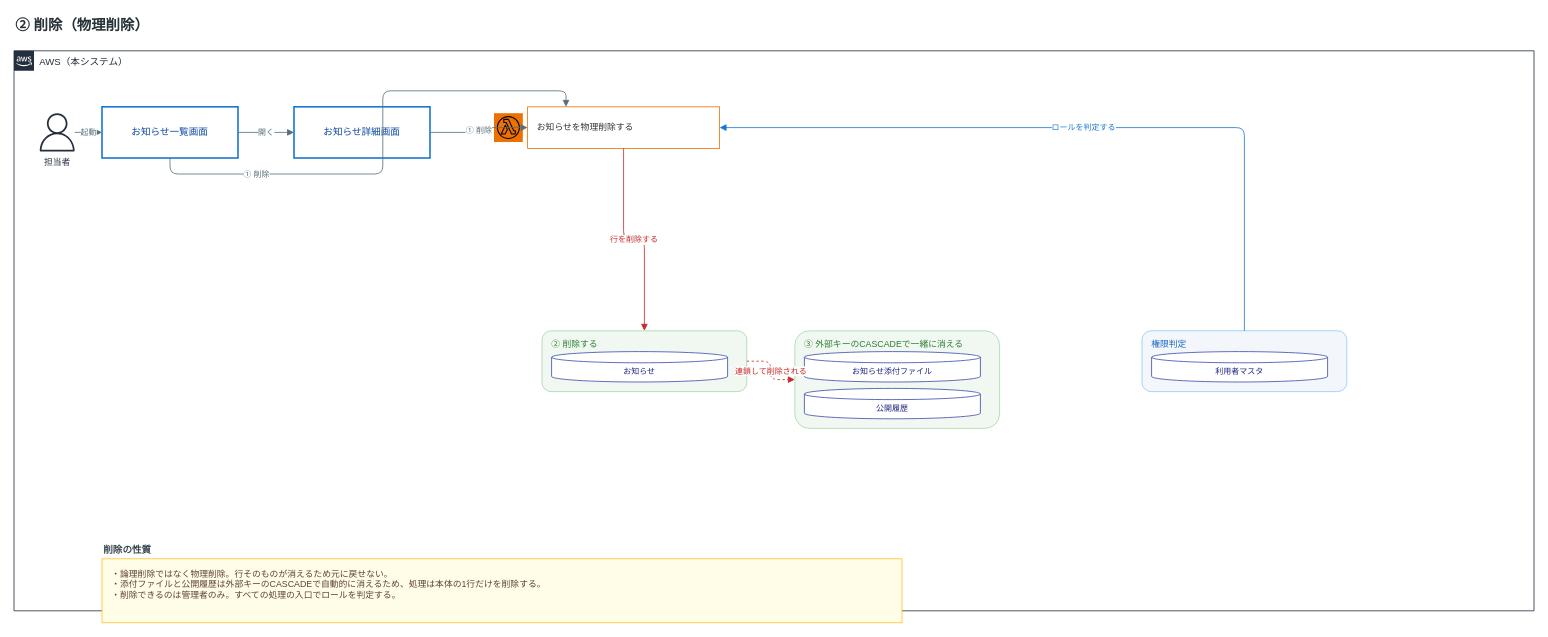
Earlier version of the draw.io diagram page "②削除" (2 of 3) of skills/process-flow-diagram/assets/example_process_flow.drawio (wss-m-nagata/public-skills). Source tidied: cells renumbered, new cells numbered last; positions are measured from the earlier drawing's top-left corner, leaving out a move shared by most shapes. Both pictures are drawn from the tidied source at 80%, with x=0, y=0 at pixel (14, 14).
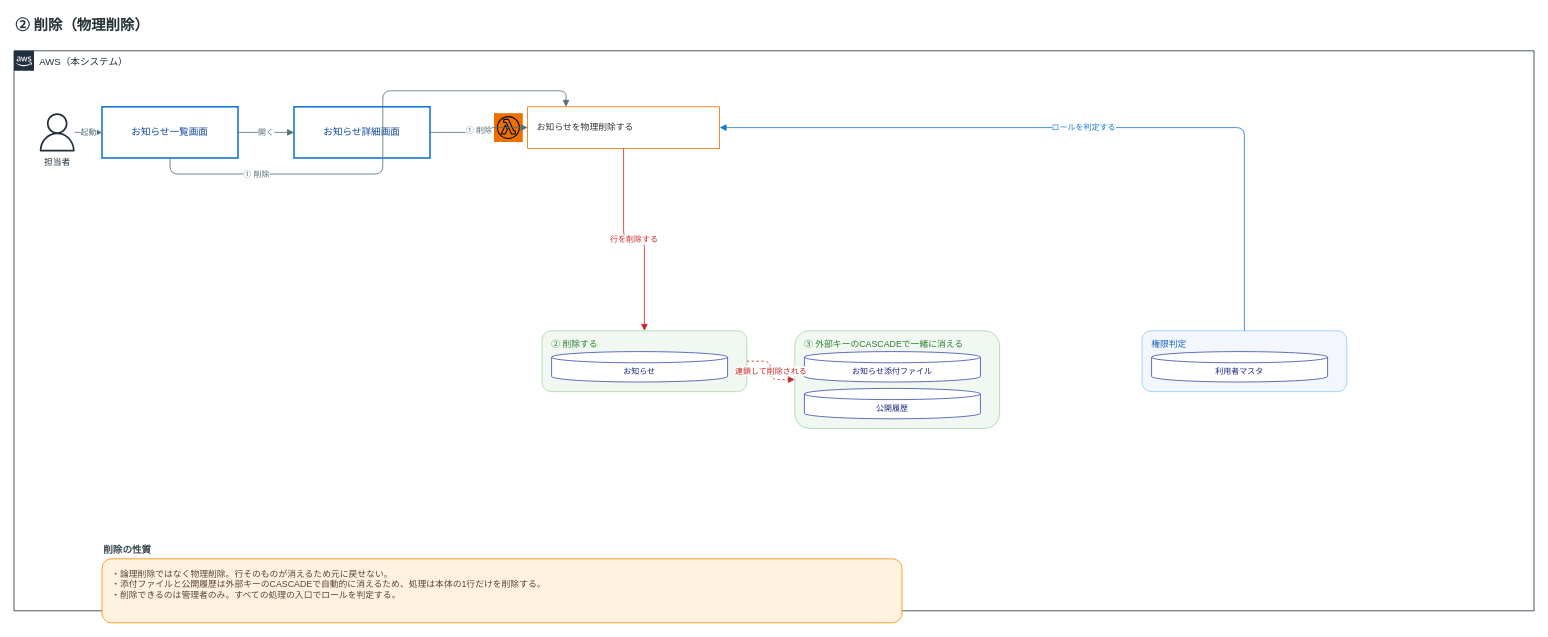
After the change.

What changed in the source:
```diff
@@
-    <mxCell id="24" value="・論理削除ではなく物理削除。行そのものが消えるため元に戻せない。&lt;br&gt;・添付ファイルと公開履歴は外部キーのCASCADEで自動的に消えるため、処理は本体の1行だけを削除する。&lt;br&gt;・削除できるのは管理者のみ。すべての処理の入口でロールを判定する。" style="rounded=0;whiteSpace=wrap;html=1;fillColor=#FFFDE7;strokeColor=#FBC02D;fontColor=#5D4037;fontSize=11;align=left;verticalAlign=top;spacingLeft=10;spacingTop=6;" parent="1" vertex="1">
+    <mxCell id="24" value="・論理削除ではなく物理削除。行そのものが消えるため元に戻せない。&lt;br&gt;・添付ファイルと公開履歴は外部キーのCASCADEで自動的に消えるため、処理は本体の1行だけを削除する。&lt;br&gt;・削除できるのは管理者のみ。すべての処理の入口でロールを判定する。" style="rounded=1;whiteSpace=wrap;html=1;fillColor=#FFF3E0;strokeColor=#FB8C00;fontColor=#5D4037;fontSize=11;align=left;verticalAlign=top;spacingLeft=10;spacingTop=6;" parent="1" vertex="1">
       <mxGeometry x="110" y="681" width="1000" height="80" as="geometry" />
     </mxCell>
```
